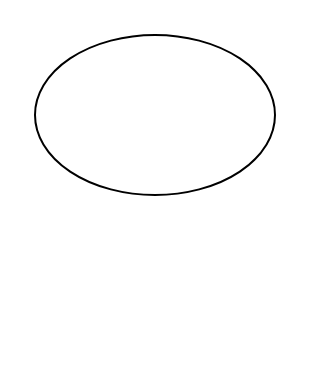
This is qiockSort.drawio from FizOkor/DSA-Flowcharts, a draw.io file, before an edit. Source tidied: cells renumbered, new cells numbered last; positions are measured from the earlier drawing's top-left corner, leaving out a move shared by most shapes. Both pictures are drawn from the tidied source at 200%, with x=0, y=0 at pixel (34, 34).
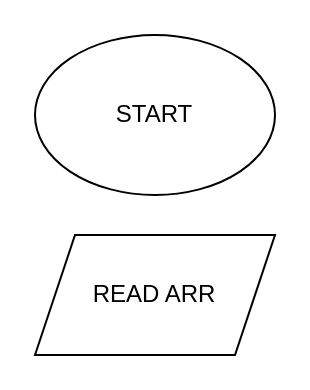
The same diagram, later.

What changed in the source:
```diff
@@
 <mxGraphModel>
   <root>
     <mxCell id="0" />
     <mxCell id="1" parent="0" />
-    <mxCell id="2" style="ellipse;whiteSpace=wrap;html=1;" parent="1" vertex="1">
+    <mxCell id="2" value="START" style="ellipse;whiteSpace=wrap;html=1;" parent="1" vertex="1">
       <mxGeometry width="120" height="80" as="geometry" />
     </mxCell>
+    <mxCell id="3" value="READ ARR" style="shape=parallelogram;perimeter=parallelogramPerimeter;whiteSpace=wrap;html=1;fixedSize=1;" parent="1" vertex="1">
+      <mxGeometry y="100" width="120" height="60" as="geometry" />
+    </mxCell>
   </root>
 </mxGraphModel>
```
